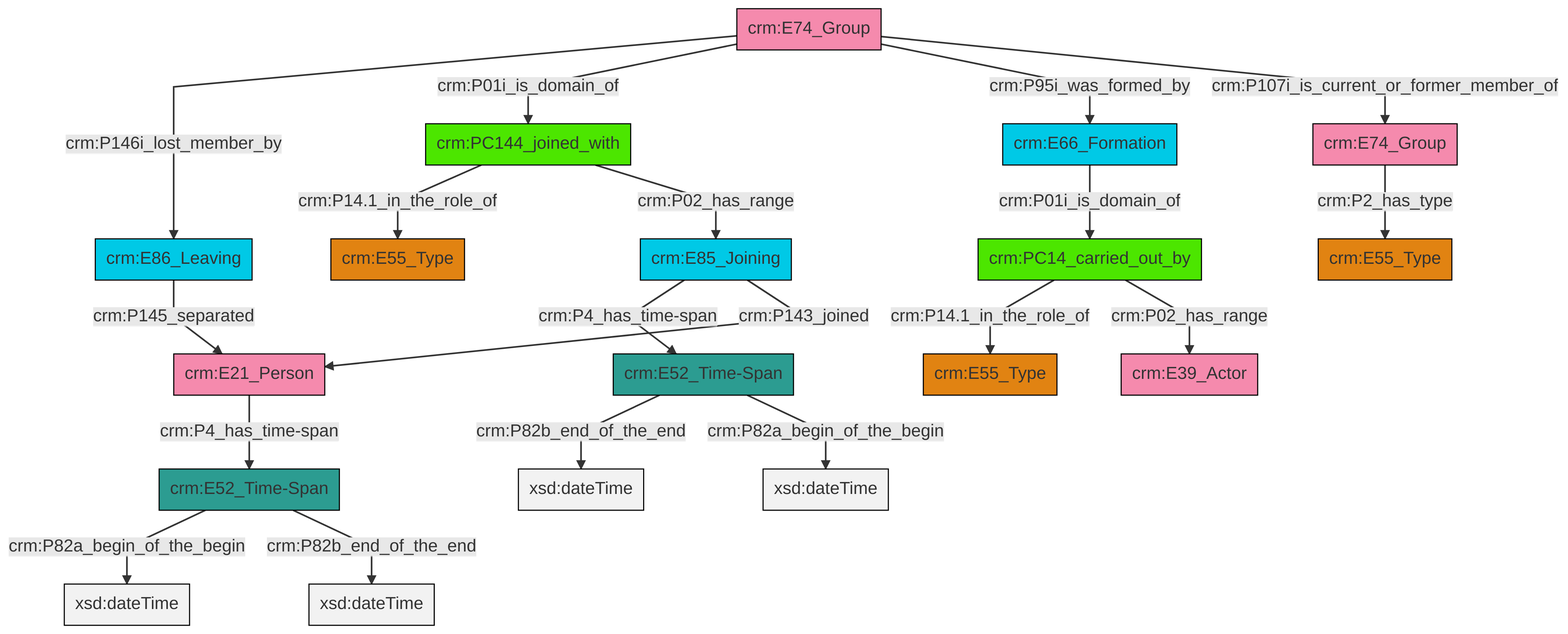
swiss-art-research-net/reference-data-models keeps this Mermaid diagram as et/groupCSV/ttl/mmd/png/group_actor_relations.png. Above is the earlier version. Its source is kept beside it as et/groupCSV/ttl/mmd/group_actor_relations.ttl.mmd.
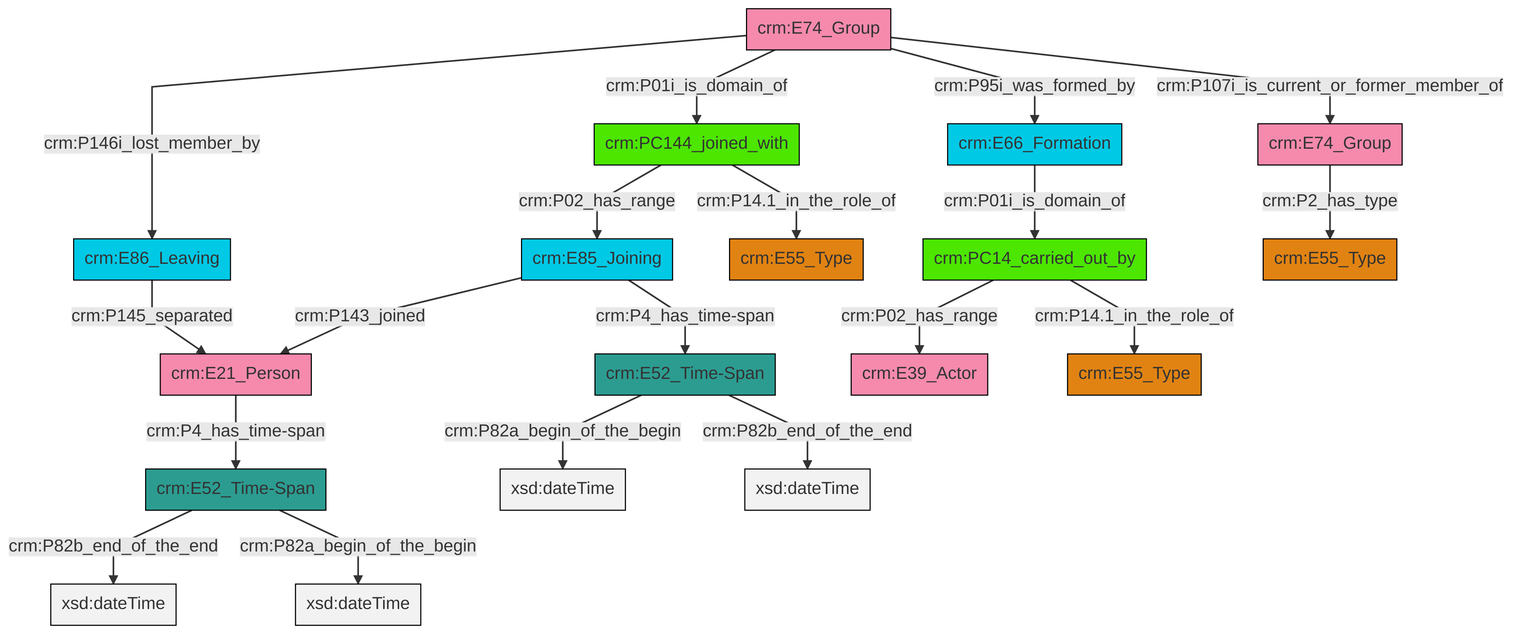
Later version of the same file.

Change to the diagram source:
```diff
@@ -13,21 +13,21 @@
 classDef PC_Classes fill:#4ce600, stroke:#000000;
 classDef Multi fill:#cccccc,stroke:#000000;
 
-2["crm:E21_Person"]:::Actor -->|crm:P4_has_time-span| 3["crm:E52_Time-Span"]:::Time-Span
-10["crm:PC14_carried_out_by"]:::PC_Classes -->|crm:P14.1_in_the_role_of| 4["crm:E55_Type"]:::Type
-13["crm:E85_Joining"]:::Temporal_Entity -->|crm:P4_has_time-span| 14["crm:E52_Time-Span"]:::Time-Span
-15["crm:E86_Leaving"]:::Temporal_Entity -->|crm:P145_separated| 2["crm:E21_Person"]:::Actor
-13["crm:E85_Joining"]:::Temporal_Entity -->|crm:P143_joined| 2["crm:E21_Person"]:::Actor
-17["crm:PC144_joined_with"]:::PC_Classes -->|crm:P14.1_in_the_role_of| 6["crm:E55_Type"]:::Type
-20["crm:E74_Group"]:::Actor -->|crm:P146i_lost_member_by| 15["crm:E86_Leaving"]:::Temporal_Entity
-20["crm:E74_Group"]:::Actor -->|crm:P01i_is_domain_of| 17["crm:PC144_joined_with"]:::PC_Classes
-20["crm:E74_Group"]:::Actor -->|crm:P95i_was_formed_by| 11["crm:E66_Formation"]:::Temporal_Entity
-11["crm:E66_Formation"]:::Temporal_Entity -->|crm:P01i_is_domain_of| 10["crm:PC14_carried_out_by"]:::PC_Classes
-3["crm:E52_Time-Span"]:::Time-Span -->|crm:P82a_begin_of_the_begin| 25[xsd:dateTime]:::Literal
-14["crm:E52_Time-Span"]:::Time-Span -->|crm:P82b_end_of_the_end| 30[xsd:dateTime]:::Literal
-20["crm:E74_Group"]:::Actor -->|crm:P107i_is_current_or_former_member_of| 0["crm:E74_Group"]:::Actor
-17["crm:PC144_joined_with"]:::PC_Classes -->|crm:P02_has_range| 13["crm:E85_Joining"]:::Temporal_Entity
-14["crm:E52_Time-Span"]:::Time-Span -->|crm:P82a_begin_of_the_begin| 33[xsd:dateTime]:::Literal
-3["crm:E52_Time-Span"]:::Time-Span -->|crm:P82b_end_of_the_end| 34[xsd:dateTime]:::Literal
-10["crm:PC14_carried_out_by"]:::PC_Classes -->|crm:P02_has_range| 28["crm:E39_Actor"]:::Actor
-0["crm:E74_Group"]:::Actor -->|crm:P2_has_type| 8["crm:E55_Type"]:::Type
+0["crm:E21_Person"]:::Actor -->|crm:P4_has_time-span| 1["crm:E52_Time-Span"]:::Time-Span
+2["crm:E74_Group"]:::Actor -->|crm:P146i_lost_member_by| 3["crm:E86_Leaving"]:::Temporal_Entity
+2["crm:E74_Group"]:::Actor -->|crm:P01i_is_domain_of| 4["crm:PC144_joined_with"]:::PC_Classes
+4["crm:PC144_joined_with"]:::PC_Classes -->|crm:P02_has_range| 5["crm:E85_Joining"]:::Temporal_Entity
+1["crm:E52_Time-Span"]:::Time-Span -->|crm:P82b_end_of_the_end| 9[xsd:dateTime]:::Literal
+4["crm:PC144_joined_with"]:::PC_Classes -->|crm:P14.1_in_the_role_of| 6["crm:E55_Type"]:::Type
+1["crm:E52_Time-Span"]:::Time-Span -->|crm:P82a_begin_of_the_begin| 10[xsd:dateTime]:::Literal
+5["crm:E85_Joining"]:::Temporal_Entity -->|crm:P4_has_time-span| 11["crm:E52_Time-Span"]:::Time-Span
+12["crm:E66_Formation"]:::Temporal_Entity -->|crm:P01i_is_domain_of| 13["crm:PC14_carried_out_by"]:::PC_Classes
+5["crm:E85_Joining"]:::Temporal_Entity -->|crm:P143_joined| 0["crm:E21_Person"]:::Actor
+16["crm:E74_Group"]:::Actor -->|crm:P2_has_type| 14["crm:E55_Type"]:::Type
+13["crm:PC14_carried_out_by"]:::PC_Classes -->|crm:P14.1_in_the_role_of| 19["crm:E55_Type"]:::Type
+11["crm:E52_Time-Span"]:::Time-Span -->|crm:P82a_begin_of_the_begin| 23[xsd:dateTime]:::Literal
+11["crm:E52_Time-Span"]:::Time-Span -->|crm:P82b_end_of_the_end| 24[xsd:dateTime]:::Literal
+2["crm:E74_Group"]:::Actor -->|crm:P107i_is_current_or_former_member_of| 16["crm:E74_Group"]:::Actor
+2["crm:E74_Group"]:::Actor -->|crm:P95i_was_formed_by| 12["crm:E66_Formation"]:::Temporal_Entity
+3["crm:E86_Leaving"]:::Temporal_Entity -->|crm:P145_separated| 0["crm:E21_Person"]:::Actor
+13["crm:PC14_carried_out_by"]:::PC_Classes -->|crm:P02_has_range| 17["crm:E39_Actor"]:::Actor
```
